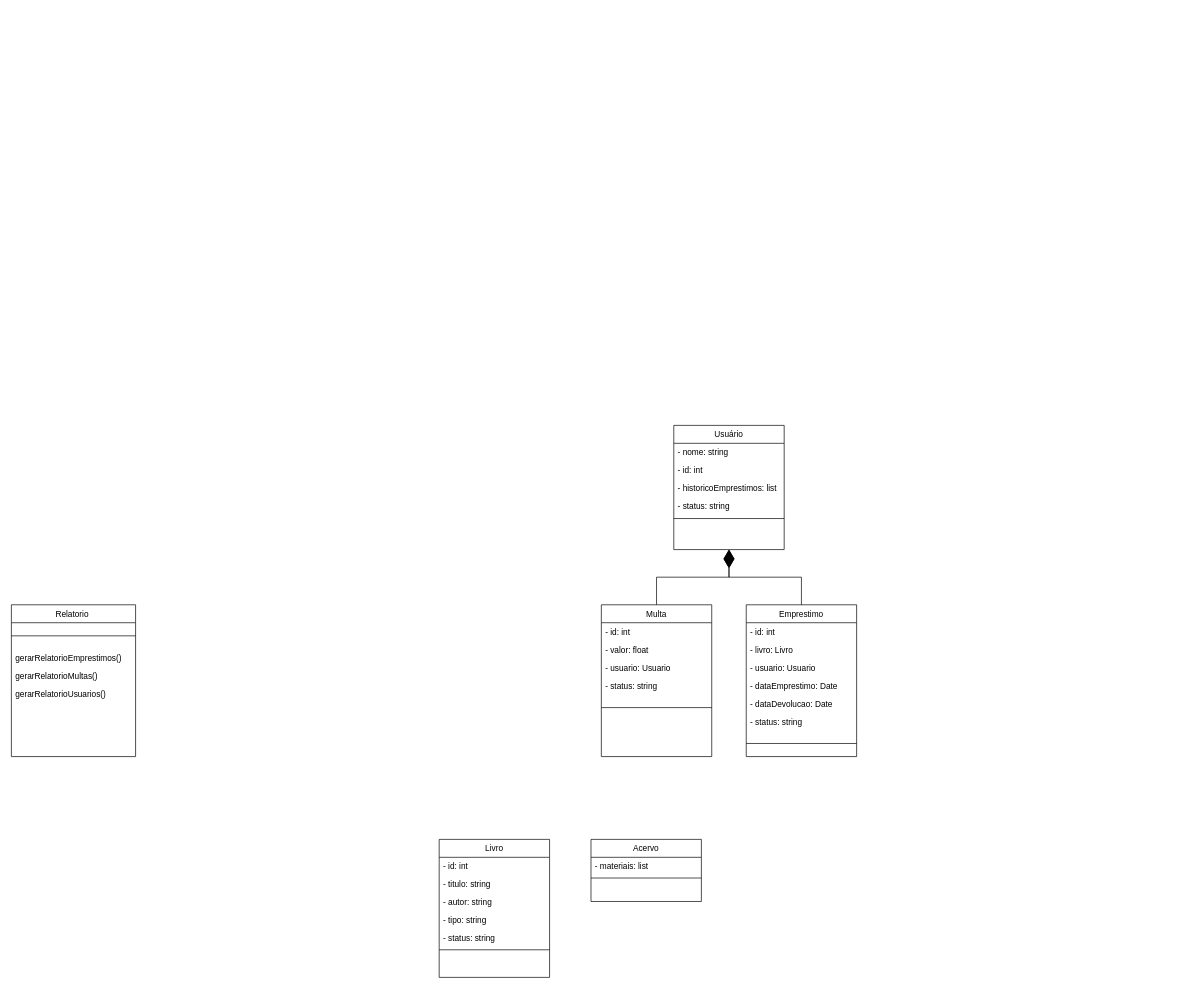
Above: Diagrama sem nome.drawio in KauanHK/biblioteca (draw.io), before the change. Source tidied: cells renumbered, new cells numbered last; positions are measured from the earlier drawing's top-left corner, leaving out a move shared by most shapes. Both pictures are drawn from the tidied source at 69%, with x=0, y=0 at pixel (11, 425).
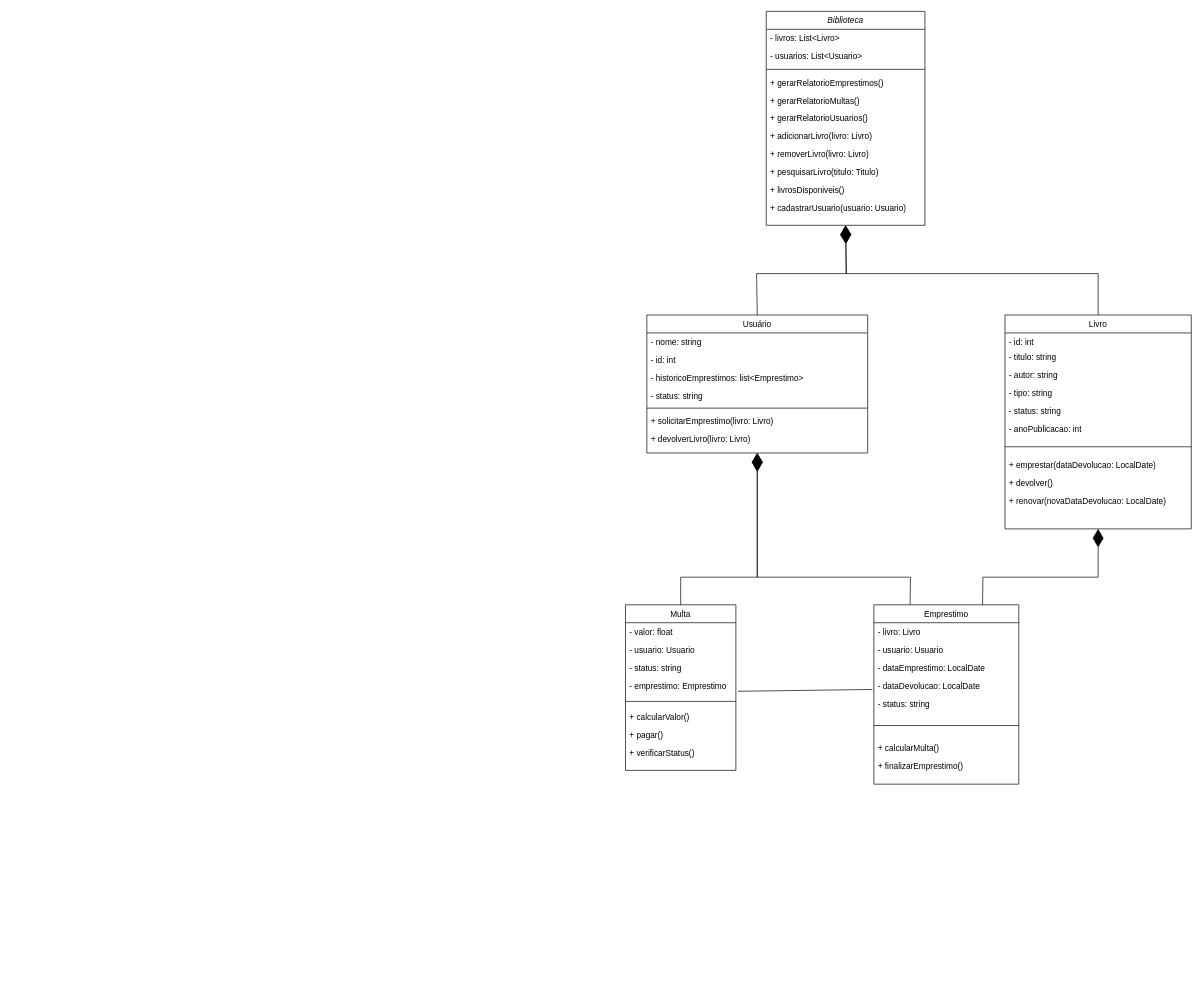
After the change.

What changed in the source:
```diff
@@
-    <mxCell id="2" value="Acervo" style="swimlane;fontStyle=0;align=center;verticalAlign=top;horizontal=1;startSize=26;rounded=0;shadow=0;strokeWidth=1;" parent="1" vertex="1">
-      <mxGeometry x="840" y="600" width="160" height="90" as="geometry" />
-    </mxCell>
-    <mxCell id="3" value="- materiais: list" style="text;align=left;verticalAlign=top;spacingLeft=4;spacingRight=4;overflow=hidden;" parent="2" vertex="1">
-      <mxGeometry y="26" width="160" height="26" as="geometry" />
-    </mxCell>
-    <mxCell id="4" style="line;html=1;strokeWidth=1;align=left;verticalAlign=middle;spacingTop=-1;spacingLeft=3;spacingRight=3;labelPosition=right;" parent="2" vertex="1">
-      <mxGeometry y="52" width="160" height="8" as="geometry" />
-    </mxCell>
     <mxCell id="5" value="Usuário" style="swimlane;fontStyle=0;align=center;verticalAlign=top;horizontal=1;startSize=26;rounded=0;shadow=0;strokeWidth=1;" parent="1" vertex="1">
-      <mxGeometry x="960" width="160" height="180" as="geometry" />
+      <mxGeometry x="921" y="-160" width="320" height="200" as="geometry" />
     </mxCell>
     <mxCell id="6" value="- nome: string" style="text;align=left;verticalAlign=top;spacingLeft=4;spacingRight=4;overflow=hidden;" parent="5" vertex="1">
-      <mxGeometry y="26" width="160" height="26" as="geometry" />
+      <mxGeometry y="26" width="320" height="26" as="geometry" />
     </mxCell>
     <mxCell id="7" value="- id: int" style="text;align=left;verticalAlign=top;spacingLeft=4;spacingRight=4;overflow=hidden;" parent="5" vertex="1">
-      <mxGeometry y="52" width="160" height="26" as="geometry" />
+      <mxGeometry y="52" width="320" height="26" as="geometry" />
     </mxCell>
-    <mxCell id="8" value="- historicoEmprestimos: list" style="text;align=left;verticalAlign=top;spacingLeft=4;spacingRight=4;overflow=hidden;" parent="5" vertex="1">
-      <mxGeometry y="78" width="160" height="26" as="geometry" />
+    <mxCell id="8" value="- historicoEmprestimos: list&lt;Emprestimo&gt;" style="text;align=left;verticalAlign=top;spacingLeft=4;spacingRight=4;overflow=hidden;" parent="5" vertex="1">
+      <mxGeometry y="78" width="320" height="26" as="geometry" />
     </mxCell>
     <mxCell id="9" value="- status: string" style="text;align=left;verticalAlign=top;spacingLeft=4;spacingRight=4;overflow=hidden;" parent="5" vertex="1">
-      <mxGeometry y="104" width="160" height="26" as="geometry" />
+      <mxGeometry y="104" width="320" height="26" as="geometry" />
     </mxCell>
     <mxCell id="10" style="line;html=1;strokeWidth=1;align=left;verticalAlign=middle;spacingTop=-1;spacingLeft=3;spacingRight=3;labelPosition=right;" parent="5" vertex="1">
-      <mxGeometry y="130" width="160" height="10" as="geometry" />
+      <mxGeometry y="130" width="320" height="10" as="geometry" />
     </mxCell>
+    <mxCell id="39" value="+ solicitarEmprestimo(livro: Livro)" style="text;align=left;verticalAlign=top;spacingLeft=4;spacingRight=4;overflow=hidden;" parent="5" vertex="1">
+      <mxGeometry y="140" width="320" height="26" as="geometry" />
+    </mxCell>
+    <mxCell id="40" value="+ devolverLivro(livro: Livro)" style="text;align=left;verticalAlign=top;spacingLeft=4;spacingRight=4;overflow=hidden;" parent="5" vertex="1">
+      <mxGeometry y="166" width="320" height="26" as="geometry" />
+    </mxCell>
     <mxCell id="11" value="Livro" style="swimlane;fontStyle=0;align=center;verticalAlign=top;horizontal=1;startSize=26;rounded=0;shadow=0;strokeWidth=1;" parent="1" vertex="1">
-      <mxGeometry x="620" y="600" width="160" height="200" as="geometry" />
+      <mxGeometry x="1440" y="-160" width="270" height="310" as="geometry" />
     </mxCell>
     <mxCell id="12" value="- id: int" style="text;align=left;verticalAlign=top;spacingLeft=4;spacingRight=4;overflow=hidden;" parent="11" vertex="1">
-      <mxGeometry y="26" width="160" height="26" as="geometry" />
+      <mxGeometry y="26" width="270" height="22" as="geometry" />
     </mxCell>
     <mxCell id="13" value="- titulo: string" style="text;align=left;verticalAlign=top;spacingLeft=4;spacingRight=4;overflow=hidden;" parent="11" vertex="1">
-      <mxGeometry y="52" width="160" height="26" as="geometry" />
+      <mxGeometry y="48" width="270" height="26" as="geometry" />
     </mxCell>
     <mxCell id="14" value="- autor: string" style="text;align=left;verticalAlign=top;spacingLeft=4;spacingRight=4;overflow=hidden;" parent="11" vertex="1">
-      <mxGeometry y="78" width="160" height="26" as="geometry" />
+      <mxGeometry y="74" width="270" height="26" as="geometry" />
     </mxCell>
     <mxCell id="15" value="- tipo: string" style="text;align=left;verticalAlign=top;spacingLeft=4;spacingRight=4;overflow=hidden;" parent="11" vertex="1">
-      <mxGeometry y="104" width="160" height="26" as="geometry" />
+      <mxGeometry y="100" width="270" height="26" as="geometry" />
     </mxCell>
     <mxCell id="16" value="- status: string" style="text;align=left;verticalAlign=top;spacingLeft=4;spacingRight=4;overflow=hidden;" parent="11" vertex="1">
-      <mxGeometry y="130" width="160" height="26" as="geometry" />
+      <mxGeometry y="126" width="270" height="26" as="geometry" />
     </mxCell>
+    <mxCell id="41" value="- anoPublicacao: int" style="text;align=left;verticalAlign=top;spacingLeft=4;spacingRight=4;overflow=hidden;" parent="11" vertex="1">
+      <mxGeometry y="152" width="270" height="26" as="geometry" />
+    </mxCell>
     <mxCell id="17" style="line;html=1;strokeWidth=1;align=left;verticalAlign=middle;spacingTop=-1;spacingLeft=3;spacingRight=3;labelPosition=right;" parent="11" vertex="1">
-      <mxGeometry y="156" width="160" height="8" as="geometry" />
+      <mxGeometry y="178" width="270" height="26" as="geometry" />
     </mxCell>
+    <mxCell id="42" value="+ emprestar(dataDevolucao: LocalDate)" style="text;align=left;verticalAlign=top;spacingLeft=4;spacingRight=4;overflow=hidden;" parent="11" vertex="1">
+      <mxGeometry y="204" width="270" height="26" as="geometry" />
+    </mxCell>
+    <mxCell id="43" value="+ devolver()" style="text;align=left;verticalAlign=top;spacingLeft=4;spacingRight=4;overflow=hidden;" parent="11" vertex="1">
+      <mxGeometry y="230" width="270" height="26" as="geometry" />
+    </mxCell>
+    <mxCell id="44" value="+ renovar(novaDataDevolucao: LocalDate)" style="text;align=left;verticalAlign=top;spacingLeft=4;spacingRight=4;overflow=hidden;" parent="11" vertex="1">
+      <mxGeometry y="256" width="270" height="26" as="geometry" />
+    </mxCell>
     <mxCell id="18" value="Emprestimo" style="swimlane;fontStyle=0;align=center;verticalAlign=top;horizontal=1;startSize=26;rounded=0;shadow=0;strokeWidth=1;" parent="1" vertex="1">
-      <mxGeometry x="1065" y="260" width="160" height="220" as="geometry" />
+      <mxGeometry x="1250" y="260" width="210" height="260" as="geometry" />
     </mxCell>
-    <mxCell id="19" value="- id: int" style="text;align=left;verticalAlign=top;spacingLeft=4;spacingRight=4;overflow=hidden;" parent="18" vertex="1">
-      <mxGeometry y="26" width="160" height="26" as="geometry" />
-    </mxCell>
     <mxCell id="20" value="- livro: Livro" style="text;align=left;verticalAlign=top;spacingLeft=4;spacingRight=4;overflow=hidden;" parent="18" vertex="1">
-      <mxGeometry y="52" width="160" height="26" as="geometry" />
+      <mxGeometry y="26" width="210" height="26" as="geometry" />
     </mxCell>
     <mxCell id="21" value="- usuario: Usuario" style="text;align=left;verticalAlign=top;spacingLeft=4;spacingRight=4;overflow=hidden;" parent="18" vertex="1">
-      <mxGeometry y="78" width="160" height="26" as="geometry" />
+      <mxGeometry y="52" width="210" height="26" as="geometry" />
     </mxCell>
-    <mxCell id="22" value="- dataEmprestimo: Date" style="text;align=left;verticalAlign=top;spacingLeft=4;spacingRight=4;overflow=hidden;" parent="18" vertex="1">
-      <mxGeometry y="104" width="160" height="26" as="geometry" />
+    <mxCell id="22" value="- dataEmprestimo: LocalDate" style="text;align=left;verticalAlign=top;spacingLeft=4;spacingRight=4;overflow=hidden;" parent="18" vertex="1">
+      <mxGeometry y="78" width="210" height="26" as="geometry" />
     </mxCell>
-    <mxCell id="23" value="- dataDevolucao: Date" style="text;align=left;verticalAlign=top;spacingLeft=4;spacingRight=4;overflow=hidden;points=[[0,0.5],[1,0.5]];portConstraint=eastwest;" parent="18" vertex="1">
-      <mxGeometry y="130" width="160" height="26" as="geometry" />
+    <mxCell id="23" value="- dataDevolucao: LocalDate" style="text;align=left;verticalAlign=top;spacingLeft=4;spacingRight=4;overflow=hidden;points=[[0,0.5],[1,0.5]];portConstraint=eastwest;" parent="18" vertex="1">
+      <mxGeometry y="104" width="210" height="26" as="geometry" />
     </mxCell>
     <mxCell id="24" value="- status: string" style="text;align=left;verticalAlign=top;spacingLeft=4;spacingRight=4;overflow=hidden;" parent="18" vertex="1">
-      <mxGeometry y="156" width="160" height="26" as="geometry" />
+      <mxGeometry y="130" width="210" height="26" as="geometry" />
     </mxCell>
     <mxCell id="25" style="line;html=1;strokeWidth=1;align=left;verticalAlign=middle;spacingTop=-1;spacingLeft=3;spacingRight=3;labelPosition=right;" parent="18" vertex="1">
-      <mxGeometry y="182" width="160" height="38" as="geometry" />
+      <mxGeometry y="156" width="210" height="38" as="geometry" />
     </mxCell>
+    <mxCell id="45" value="+ calcularMulta()" style="text;align=left;verticalAlign=top;spacingLeft=4;spacingRight=4;overflow=hidden;" parent="18" vertex="1">
+      <mxGeometry y="194" width="210" height="26" as="geometry" />
+    </mxCell>
+    <mxCell id="46" value="+ finalizarEmprestimo()" style="text;align=left;verticalAlign=top;spacingLeft=4;spacingRight=4;overflow=hidden;" parent="18" vertex="1">
+      <mxGeometry y="220" width="210" height="26" as="geometry" />
+    </mxCell>
     <mxCell id="26" value="Multa" style="swimlane;fontStyle=0;align=center;verticalAlign=top;horizontal=1;startSize=26;rounded=0;shadow=0;strokeWidth=1;" parent="1" vertex="1">
-      <mxGeometry x="855" y="260" width="160" height="220" as="geometry" />
+      <mxGeometry x="890" y="260" width="160" height="240" as="geometry" />
     </mxCell>
-    <mxCell id="27" value="- id: int" style="text;align=left;verticalAlign=top;spacingLeft=4;spacingRight=4;overflow=hidden;" parent="26" vertex="1">
-      <mxGeometry y="26" width="160" height="26" as="geometry" />
-    </mxCell>
     <mxCell id="28" value="- valor: float" style="text;align=left;verticalAlign=top;spacingLeft=4;spacingRight=4;overflow=hidden;" parent="26" vertex="1">
-      <mxGeometry y="52" width="160" height="26" as="geometry" />
+      <mxGeometry y="26" width="160" height="26" as="geometry" />
     </mxCell>
     <mxCell id="29" value="- usuario: Usuario" style="text;align=left;verticalAlign=top;spacingLeft=4;spacingRight=4;overflow=hidden;" parent="26" vertex="1">
-      <mxGeometry y="78" width="160" height="26" as="geometry" />
+      <mxGeometry y="52" width="160" height="26" as="geometry" />
     </mxCell>
     <mxCell id="30" value="- status: string" style="text;align=left;verticalAlign=top;spacingLeft=4;spacingRight=4;overflow=hidden;" parent="26" vertex="1">
-      <mxGeometry y="104" width="160" height="26" as="geometry" />
+      <mxGeometry y="78" width="160" height="26" as="geometry" />
     </mxCell>
+    <mxCell id="47" value="- emprestimo: Emprestimo" style="text;align=left;verticalAlign=top;spacingLeft=4;spacingRight=4;overflow=hidden;points=[[0,0.5],[1,0.5]];portConstraint=eastwest;" parent="26" vertex="1">
+      <mxGeometry y="104" width="160" height="26" as="geometry" />
+    </mxCell>
     <mxCell id="31" style="line;html=1;strokeWidth=1;align=left;verticalAlign=middle;spacingTop=-1;spacingLeft=3;spacingRight=3;labelPosition=right;" parent="26" vertex="1">
-      <mxGeometry y="130" width="160" height="38" as="geometry" />
+      <mxGeometry y="130" width="160" height="20" as="geometry" />
     </mxCell>
-    <mxCell id="32" value="Relatorio " style="swimlane;fontStyle=0;align=center;verticalAlign=top;horizontal=1;startSize=26;rounded=0;shadow=0;strokeWidth=1;" parent="1" vertex="1">
-      <mxGeometry y="260" width="180" height="220" as="geometry" />
-    </mxCell>
-    <mxCell id="33" style="line;html=1;strokeWidth=1;align=left;verticalAlign=middle;spacingTop=-1;spacingLeft=3;spacingRight=3;labelPosition=right;" parent="32" vertex="1">
-      <mxGeometry y="26" width="180" height="38" as="geometry" />
-    </mxCell>
-    <mxCell id="34" value="gerarRelatorioEmprestimos()" style="text;align=left;verticalAlign=top;spacingLeft=4;spacingRight=4;overflow=hidden;" parent="32" vertex="1">
-      <mxGeometry y="64" width="180" height="26" as="geometry" />
-    </mxCell>
-    <mxCell id="35" value="gerarRelatorioMultas()" style="text;align=left;verticalAlign=top;spacingLeft=4;spacingRight=4;overflow=hidden;" parent="32" vertex="1">
-      <mxGeometry y="90" width="180" height="26" as="geometry" />
-    </mxCell>
-    <mxCell id="36" value="gerarRelatorioUsuarios()" style="text;align=left;verticalAlign=top;spacingLeft=4;spacingRight=4;overflow=hidden;" parent="32" vertex="1">
-      <mxGeometry y="116" width="180" height="26" as="geometry" />
-    </mxCell>
+    <mxCell id="48" value="+ calcularValor()" style="text;align=left;verticalAlign=top;spacingLeft=4;spacingRight=4;overflow=hidden;" parent="26" vertex="1">
+      <mxGeometry y="150" width="160" height="26" as="geometry" />
+    </mxCell>
+    <mxCell id="49" value="+ pagar()" style="text;align=left;verticalAlign=top;spacingLeft=4;spacingRight=4;overflow=hidden;" parent="26" vertex="1">
+      <mxGeometry y="176" width="160" height="26" as="geometry" />
+    </mxCell>
+    <mxCell id="50" value="+ verificarStatus()" style="text;align=left;verticalAlign=top;spacingLeft=4;spacingRight=4;overflow=hidden;" parent="26" vertex="1">
+      <mxGeometry y="202" width="160" height="26" as="geometry" />
+    </mxCell>
-    <mxCell id="37" style="endArrow=diamondThin;endFill=1;endSize=24;html=1;rounded=0;exitX=0.5;exitY=0;exitDx=0;exitDy=0;" parent="1" edge="1" source="26">
+    <mxCell id="37" style="endArrow=diamondThin;endFill=1;endSize=24;html=1;rounded=0;exitX=0.5;exitY=0;exitDx=0;exitDy=0;entryX=0.5;entryY=1;entryDx=0;entryDy=0;" parent="1" edge="1" source="26" target="5">
       <mxGeometry relative="1" as="geometry">
-        <mxPoint x="1040" y="180" as="targetPoint" />
         <Array as="points">
-          <mxPoint x="935" y="220" />
-          <mxPoint x="1040" y="220" />
+          <mxPoint x="970" y="220" />
+          <mxPoint x="1081" y="220" />
         </Array>
       </mxGeometry>
     </mxCell>
-    <mxCell id="38" style="endArrow=diamondThin;endFill=1;endSize=24;html=1;rounded=0;exitX=0.5;exitY=0;exitDx=0;exitDy=0;entryX=0.5;entryY=1;entryDx=0;entryDy=0;" parent="1" edge="1" source="18" target="5">
+    <mxCell id="38" style="endArrow=diamondThin;endFill=1;endSize=24;html=1;rounded=0;exitX=0.25;exitY=0;exitDx=0;exitDy=0;entryX=0.5;entryY=1;entryDx=0;entryDy=0;" parent="1" edge="1" source="18" target="5">
       <mxGeometry relative="1" as="geometry">
         <Array as="points">
-          <mxPoint x="1145" y="220" />
-          <mxPoint x="1040" y="220" />
+          <mxPoint x="1303" y="220" />
+          <mxPoint x="1105" y="220" />
+          <mxPoint x="1081" y="220" />
         </Array>
       </mxGeometry>
     </mxCell>
+    <mxCell id="51" style="endArrow=diamondThin;endFill=1;endSize=24;html=1;rounded=0;entryX=0.5;entryY=1;entryDx=0;entryDy=0;exitX=0.75;exitY=0;exitDx=0;exitDy=0;" parent="1" edge="1" source="18" target="11">
+      <mxGeometry relative="1" as="geometry">
+        <Array as="points">
+          <mxPoint x="1408" y="220" />
+          <mxPoint x="1575" y="220" />
+        </Array>
+      </mxGeometry>
+    </mxCell>
+    <mxCell id="52" style="endArrow=none;html=1;rounded=0;exitX=1.019;exitY=0.821;exitDx=0;exitDy=0;entryX=-0.01;entryY=0.721;entryDx=0;entryDy=0;exitPerimeter=0;entryPerimeter=0;" parent="1" edge="1" source="47" target="23">
+      <mxGeometry relative="1" as="geometry" />
+    </mxCell>
+    <mxCell id="53" value="Biblioteca" style="swimlane;fontStyle=2;align=center;verticalAlign=top;horizontal=1;startSize=26;rounded=0;shadow=0;strokeWidth=1;" parent="1" vertex="1">
+      <mxGeometry x="1094" y="-600" width="230" height="310" as="geometry" />
+    </mxCell>
+    <mxCell id="54" value="- livros: List&lt;Livro&gt;" style="text;align=left;verticalAlign=top;spacingLeft=4;spacingRight=4;overflow=hidden;" parent="53" vertex="1">
+      <mxGeometry y="26" width="230" height="26" as="geometry" />
+    </mxCell>
+    <mxCell id="55" value="- usuarios: List&lt;Usuario&gt;" style="text;align=left;verticalAlign=top;spacingLeft=4;spacingRight=4;overflow=hidden;" parent="53" vertex="1">
+      <mxGeometry y="52" width="230" height="26" as="geometry" />
+    </mxCell>
+    <mxCell id="56" style="line;html=1;strokeWidth=1;align=left;verticalAlign=middle;spacingTop=-1;spacingLeft=3;spacingRight=3;labelPosition=right;" parent="53" vertex="1">
+      <mxGeometry y="78" width="230" height="12" as="geometry" />
+    </mxCell>
+    <mxCell id="57" value="+ gerarRelatorioEmprestimos()" style="text;align=left;verticalAlign=top;spacingLeft=4;spacingRight=4;overflow=hidden;" parent="53" vertex="1">
+      <mxGeometry y="90" width="230" height="26" as="geometry" />
+    </mxCell>
+    <mxCell id="58" value="+ gerarRelatorioMultas()" style="text;align=left;verticalAlign=top;spacingLeft=4;spacingRight=4;overflow=hidden;" parent="53" vertex="1">
+      <mxGeometry y="116" width="230" height="26" as="geometry" />
+    </mxCell>
+    <mxCell id="59" value="+ gerarRelatorioUsuarios()" style="text;align=left;verticalAlign=top;spacingLeft=4;spacingRight=4;overflow=hidden;" parent="53" vertex="1">
+      <mxGeometry y="142" width="230" height="26" as="geometry" />
+    </mxCell>
+    <mxCell id="60" value="+ adicionarLivro(livro: Livro)" style="text;align=left;verticalAlign=top;spacingLeft=4;spacingRight=4;overflow=hidden;" parent="53" vertex="1">
+      <mxGeometry y="168" width="230" height="26" as="geometry" />
+    </mxCell>
+    <mxCell id="61" value="+ removerLivro(livro: Livro)" style="text;align=left;verticalAlign=top;spacingLeft=4;spacingRight=4;overflow=hidden;" parent="53" vertex="1">
+      <mxGeometry y="194" width="230" height="26" as="geometry" />
+    </mxCell>
+    <mxCell id="62" value="+ pesquisarLivro(titulo: Titulo)" style="text;align=left;verticalAlign=top;spacingLeft=4;spacingRight=4;overflow=hidden;" parent="53" vertex="1">
+      <mxGeometry y="220" width="230" height="26" as="geometry" />
+    </mxCell>
+    <mxCell id="63" value="+ livrosDisponiveis()" style="text;align=left;verticalAlign=top;spacingLeft=4;spacingRight=4;overflow=hidden;" parent="53" vertex="1">
+      <mxGeometry y="246" width="230" height="26" as="geometry" />
+    </mxCell>
+    <mxCell id="64" value="+ cadastrarUsuario(usuario: Usuario)" style="text;align=left;verticalAlign=top;spacingLeft=4;spacingRight=4;overflow=hidden;" parent="53" vertex="1">
+      <mxGeometry y="272" width="230" height="26" as="geometry" />
+    </mxCell>
+    <mxCell id="65" style="endArrow=diamondThin;endFill=1;endSize=24;html=1;rounded=0;entryX=0.5;entryY=1;entryDx=0;entryDy=0;exitX=0.5;exitY=0;exitDx=0;exitDy=0;" parent="1" edge="1" source="5" target="53">
+      <mxGeometry relative="1" as="geometry">
+        <Array as="points">
+          <mxPoint x="1080" y="-220" />
+          <mxPoint x="1210" y="-220" />
+        </Array>
+      </mxGeometry>
+    </mxCell>
+    <mxCell id="66" style="endArrow=diamondThin;endFill=1;endSize=24;html=1;rounded=0;exitX=0.5;exitY=0;exitDx=0;exitDy=0;entryX=0.5;entryY=1;entryDx=0;entryDy=0;" parent="1" edge="1" source="11" target="53">
+      <mxGeometry relative="1" as="geometry">
+        <Array as="points">
+          <mxPoint x="1575" y="-220" />
+          <mxPoint x="1210" y="-220" />
+        </Array>
+      </mxGeometry>
+    </mxCell>
```
